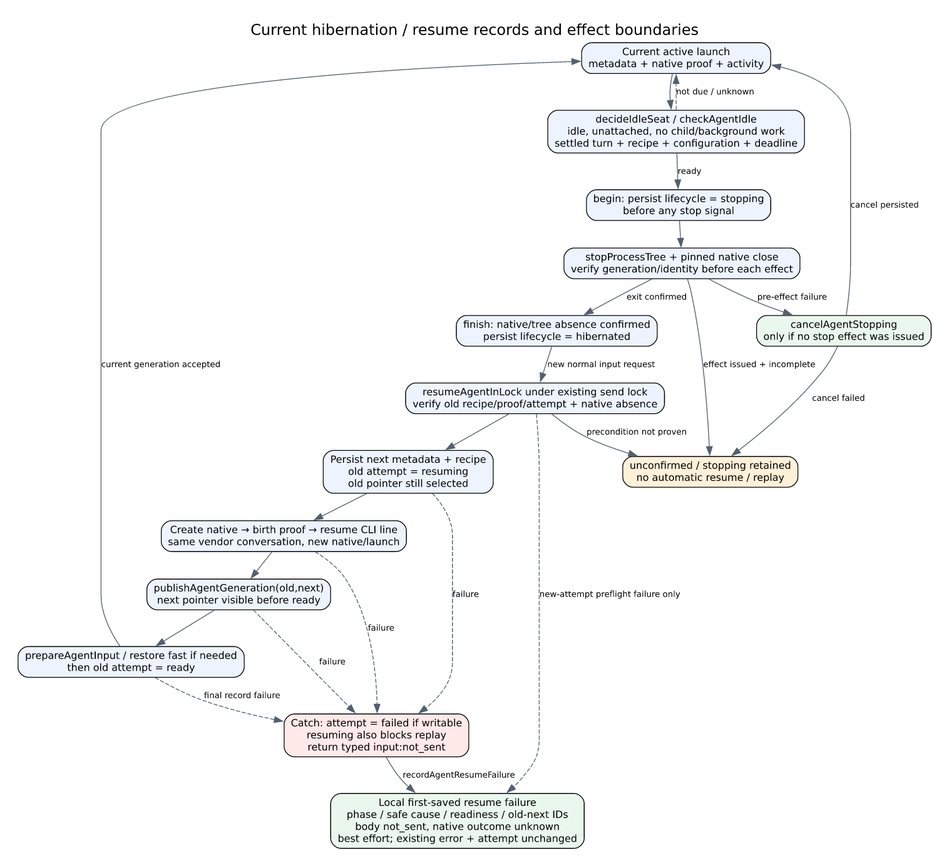
Earlier version of the Graphviz export docs/architecture/lifecycle-states.png (kitepon/aiterm-mcp). Its source is kept beside it as docs/architecture/lifecycle-states.dot.
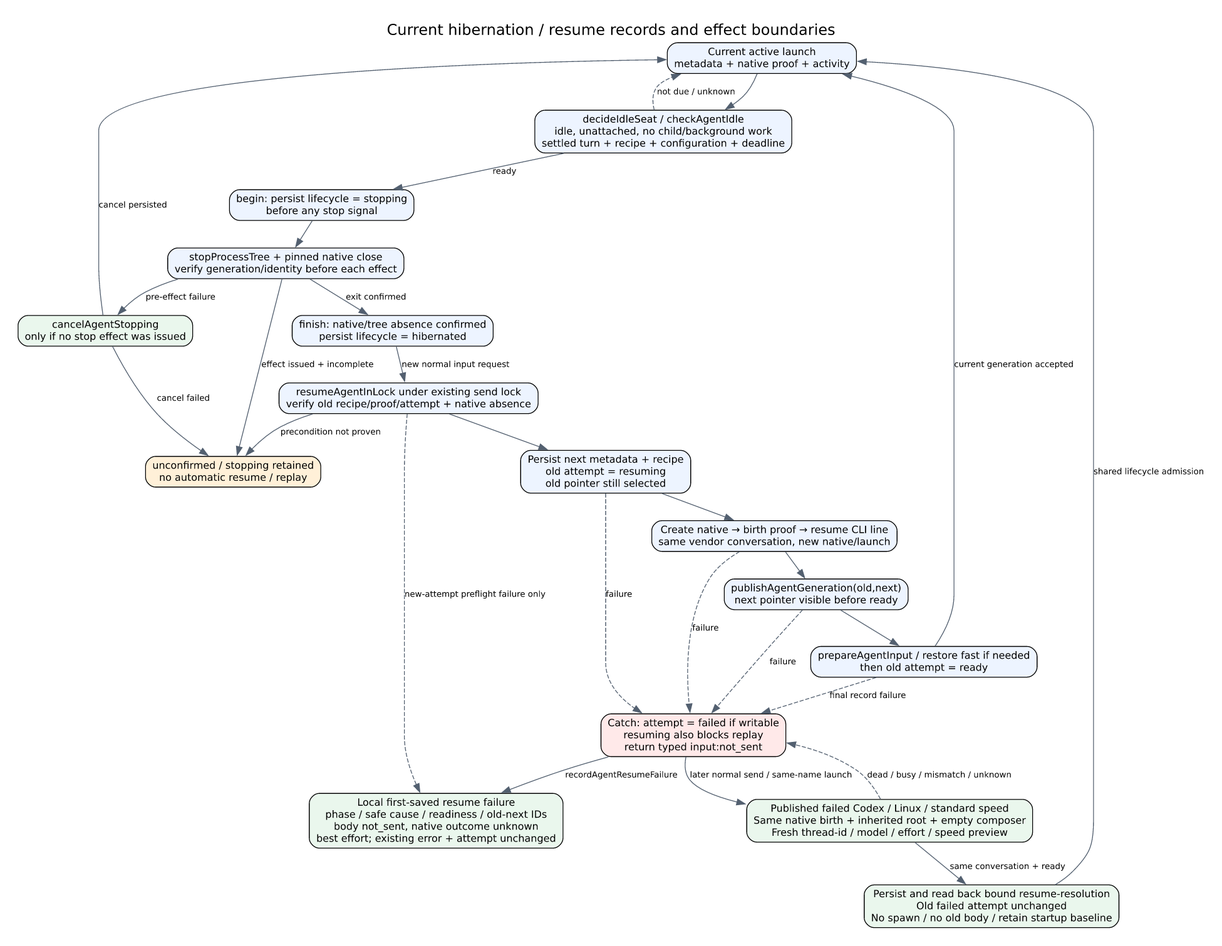
The same file after the commit.

Commit message:
fix(resume): finish failed Codex recovery on the same verified native

Diff of the diagram source:
```diff
@@ -20,6 +20,12 @@
  asleep -> resume [label="new normal input request"];resume -> staged;resume -> unknown [label="precondition not proven"];
  staged -> created;created -> published;published -> ready;ready -> active [label="current generation accepted"];
  staged -> failed [label="failure",style=dashed];created -> failed [label="failure",style=dashed];published -> failed [label="failure",style=dashed];ready -> failed [label="final record failure",style=dashed];
+  recovery [label="Published failed Codex / Linux / standard speed\nSame native birth + inherited root + empty composer\nFresh thread-id / model / effort / speed preview",fillcolor="#eaf7ed"];
+  resolution [label="Persist and read back bound resume-resolution\nOld failed attempt unchanged\nNo spawn / no old body / retain startup baseline",fillcolor="#eaf7ed"];
+  failed -> recovery [label="later normal send / same-name launch"];
+  recovery -> resolution [label="same conversation + ready"];
+  recovery -> failed [label="dead / busy / mismatch / unknown",style=dashed];
+  resolution -> active [label="shared lifecycle admission"];
   failure_record [label="Local first-saved resume failure\nphase / safe cause / readiness / old-next IDs\nbody not_sent, native outcome unknown\nbest effort; existing error + attempt unchanged",fillcolor="#eaf7ed"];
   failed -> failure_record [label="recordAgentResumeFailure"];
   resume -> failure_record [label="new-attempt preflight failure only",style=dashed];
```
